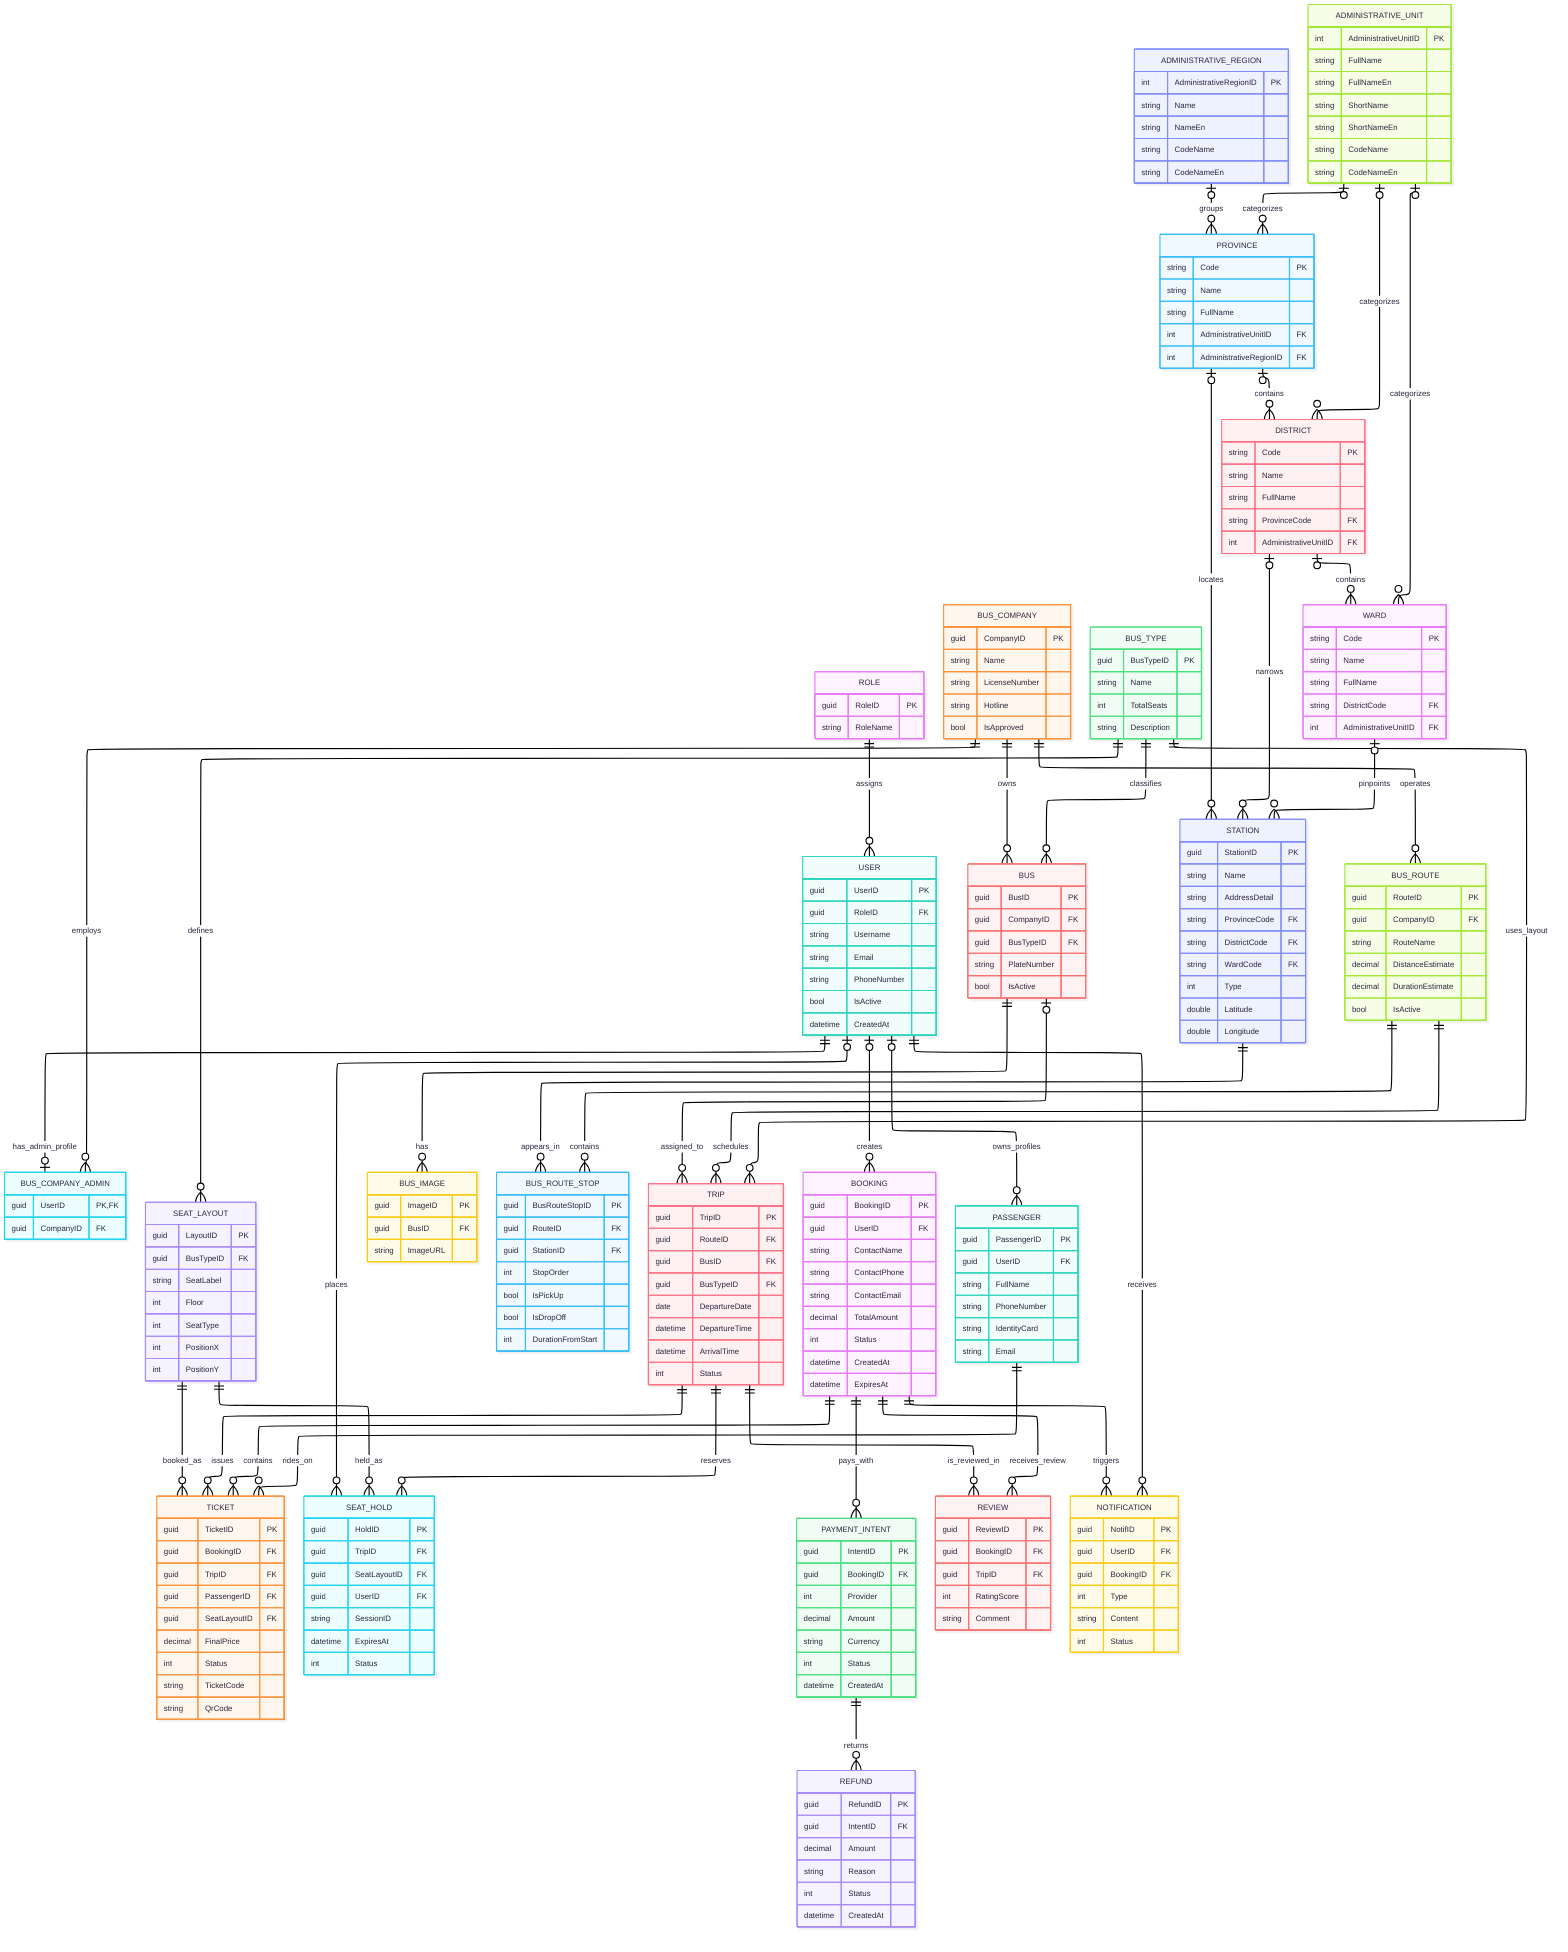
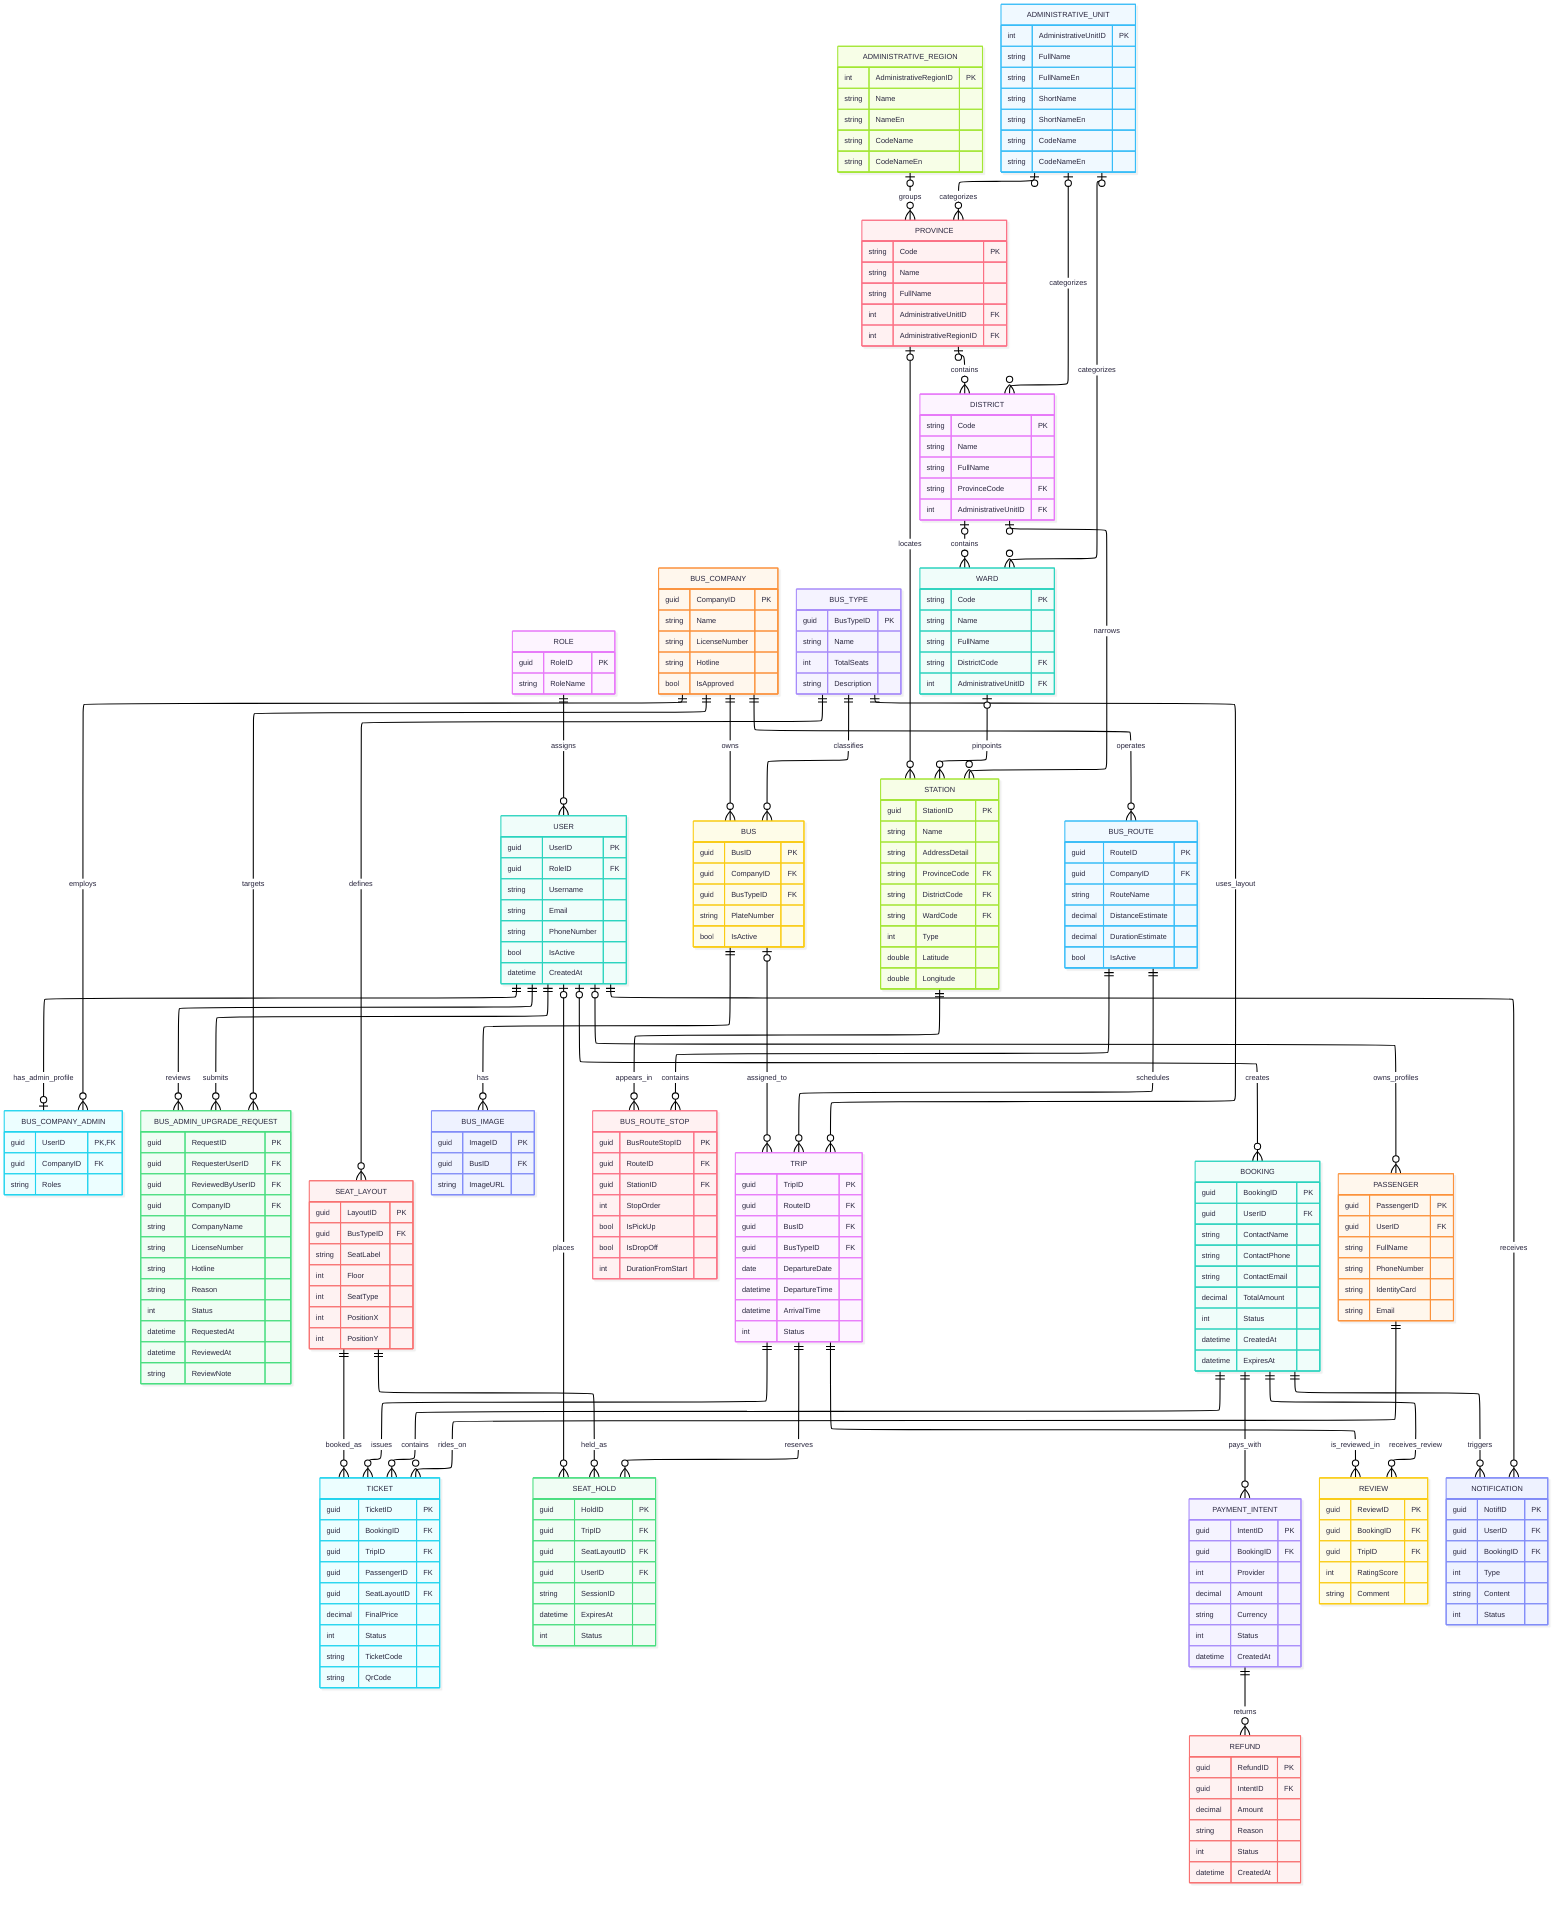
---
config:
  layout: elk
  look: neo
  theme: redux-color
---
erDiagram
	ROLE {
		guid RoleID PK
		string RoleName
	}

	USER {
		guid UserID PK
		guid RoleID FK
		string Username
		string Email
		string PhoneNumber
		bool IsActive
		datetime CreatedAt
	}

	BUS_COMPANY {
		guid CompanyID PK
		string Name
		string LicenseNumber
		string Hotline
		bool IsApproved
	}

	BUS_COMPANY_ADMIN {
		guid UserID PK, FK
		guid CompanyID FK
+ 		string Roles
+ 	}
+ 
+ 	BUS_ADMIN_UPGRADE_REQUEST {
+ 		guid RequestID PK
+ 		guid RequesterUserID FK
+ 		guid ReviewedByUserID FK
+ 		guid CompanyID FK
+ 		string CompanyName
+ 		string LicenseNumber
+ 		string Hotline
+ 		string Reason
+ 		int Status
+ 		datetime RequestedAt
+ 		datetime ReviewedAt
+ 		string ReviewNote
	}

	BUS_TYPE {
		guid BusTypeID PK
		string Name
		int TotalSeats
		string Description
	}

	SEAT_LAYOUT {
		guid LayoutID PK
		guid BusTypeID FK
		string SeatLabel
		int Floor
		int SeatType
		int PositionX
		int PositionY
	}

	BUS {
		guid BusID PK
		guid CompanyID FK
		guid BusTypeID FK
		string PlateNumber
		bool IsActive
	}

	BUS_IMAGE {
		guid ImageID PK
		guid BusID FK
		string ImageURL
	}

	STATION {
		guid StationID PK
		string Name
		string AddressDetail
		string ProvinceCode FK
		string DistrictCode FK
		string WardCode FK
		int Type
		double Latitude
		double Longitude
	}

	BUS_ROUTE {
		guid RouteID PK
		guid CompanyID FK
		string RouteName
		decimal DistanceEstimate
		decimal DurationEstimate
		bool IsActive
	}

	BUS_ROUTE_STOP {
		guid BusRouteStopID PK
		guid RouteID FK
		guid StationID FK
		int StopOrder
		bool IsPickUp
		bool IsDropOff
		int DurationFromStart
	}

	TRIP {
		guid TripID PK
		guid RouteID FK
		guid BusID FK
		guid BusTypeID FK
		date DepartureDate
		datetime DepartureTime
		datetime ArrivalTime
		int Status
	}

	BOOKING {
		guid BookingID PK
		guid UserID FK
		string ContactName
		string ContactPhone
		string ContactEmail
		decimal TotalAmount
		int Status
		datetime CreatedAt
		datetime ExpiresAt
	}

	PASSENGER {
		guid PassengerID PK
		guid UserID FK
		string FullName
		string PhoneNumber
		string IdentityCard
		string Email
	}

	TICKET {
		guid TicketID PK
		guid BookingID FK
		guid TripID FK
		guid PassengerID FK
		guid SeatLayoutID FK
		decimal FinalPrice
		int Status
		string TicketCode
		string QrCode
	}

	SEAT_HOLD {
		guid HoldID PK
		guid TripID FK
		guid SeatLayoutID FK
		guid UserID FK
		string SessionID
		datetime ExpiresAt
		int Status
	}

	PAYMENT_INTENT {
		guid IntentID PK
		guid BookingID FK
		int Provider
		decimal Amount
		string Currency
		int Status
		datetime CreatedAt
	}

	REFUND {
		guid RefundID PK
		guid IntentID FK
		decimal Amount
		string Reason
		int Status
		datetime CreatedAt
	}

	REVIEW {
		guid ReviewID PK
		guid BookingID FK
		guid TripID FK
		int RatingScore
		string Comment
	}

	NOTIFICATION {
		guid NotifID PK
		guid UserID FK
		guid BookingID FK
		int Type
		string Content
		int Status
	}

	ADMINISTRATIVE_REGION {
		int AdministrativeRegionID PK
		string Name
		string NameEn
		string CodeName
		string CodeNameEn
	}

	ADMINISTRATIVE_UNIT {
		int AdministrativeUnitID PK
		string FullName
		string FullNameEn
		string ShortName
		string ShortNameEn
		string CodeName
		string CodeNameEn
	}

	PROVINCE {
		string Code PK
		string Name
		string FullName
		int AdministrativeUnitID FK
		int AdministrativeRegionID FK
	}

	DISTRICT {
		string Code PK
		string Name
		string FullName
		string ProvinceCode FK
		int AdministrativeUnitID FK
	}

	WARD {
		string Code PK
		string Name
		string FullName
		string DistrictCode FK
		int AdministrativeUnitID FK
	}

	ROLE ||--o{ USER : assigns
	USER ||--o| BUS_COMPANY_ADMIN : has_admin_profile
	BUS_COMPANY ||--o{ BUS_COMPANY_ADMIN : employs
+ 	USER ||--o{ BUS_ADMIN_UPGRADE_REQUEST : submits
+ 	USER ||--o{ BUS_ADMIN_UPGRADE_REQUEST : reviews
+ 	BUS_COMPANY ||--o{ BUS_ADMIN_UPGRADE_REQUEST : targets

	BUS_COMPANY ||--o{ BUS : owns
	BUS_TYPE ||--o{ BUS : classifies
	BUS ||--o{ BUS_IMAGE : has
	BUS_TYPE ||--o{ SEAT_LAYOUT : defines

	BUS_COMPANY ||--o{ BUS_ROUTE : operates
	BUS_ROUTE ||--o{ BUS_ROUTE_STOP : contains
	STATION ||--o{ BUS_ROUTE_STOP : appears_in
	BUS_ROUTE ||--o{ TRIP : schedules
	BUS o|--o{ TRIP : assigned_to
	BUS_TYPE ||--o{ TRIP : uses_layout

	USER o|--o{ BOOKING : creates
	USER o|--o{ PASSENGER : owns_profiles
	USER o|--o{ SEAT_HOLD : places
	USER ||--o{ NOTIFICATION : receives

	BOOKING ||--o{ TICKET : contains
	TRIP ||--o{ TICKET : issues
	PASSENGER ||--o{ TICKET : rides_on
	SEAT_LAYOUT ||--o{ TICKET : booked_as

	TRIP ||--o{ SEAT_HOLD : reserves
	SEAT_LAYOUT ||--o{ SEAT_HOLD : held_as

	BOOKING ||--o{ PAYMENT_INTENT : pays_with
	PAYMENT_INTENT ||--o{ REFUND : returns
	BOOKING ||--o{ REVIEW : receives_review
	TRIP ||--o{ REVIEW : is_reviewed_in
	BOOKING ||--o{ NOTIFICATION : triggers

	ADMINISTRATIVE_REGION o|--o{ PROVINCE : groups
	ADMINISTRATIVE_UNIT o|--o{ PROVINCE : categorizes
	PROVINCE o|--o{ DISTRICT : contains
	ADMINISTRATIVE_UNIT o|--o{ DISTRICT : categorizes
	DISTRICT o|--o{ WARD : contains
	ADMINISTRATIVE_UNIT o|--o{ WARD : categorizes

	PROVINCE o|--o{ STATION : locates
	DISTRICT o|--o{ STATION : narrows
	WARD o|--o{ STATION : pinpoints
